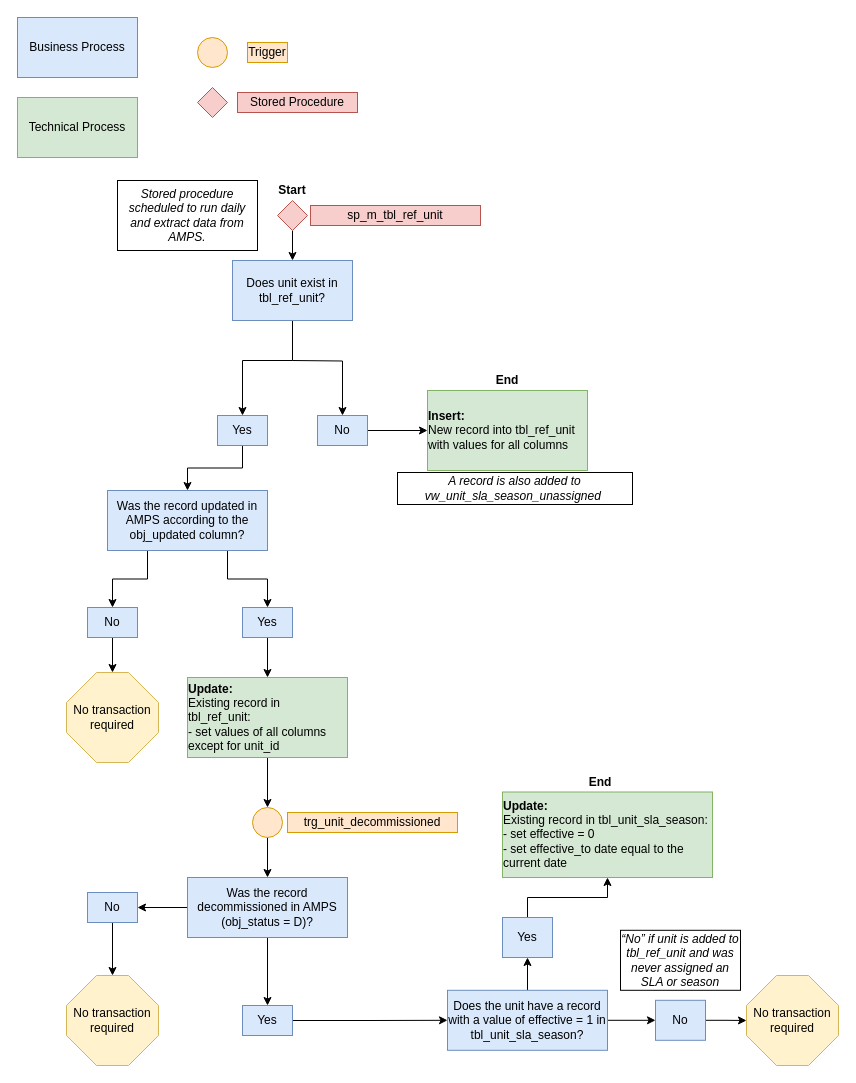
The draw.io diagram images/trg_unit_decommissioned.drawio in NYC-Parks/SLADB, before the edit. Source tidied: cells renumbered, new cells numbered last; positions are measured from the earlier drawing's top-left corner, leaving out a move shared by most shapes. Both pictures are drawn from the tidied source at 100%, with x=0, y=0 at pixel (17, 17).
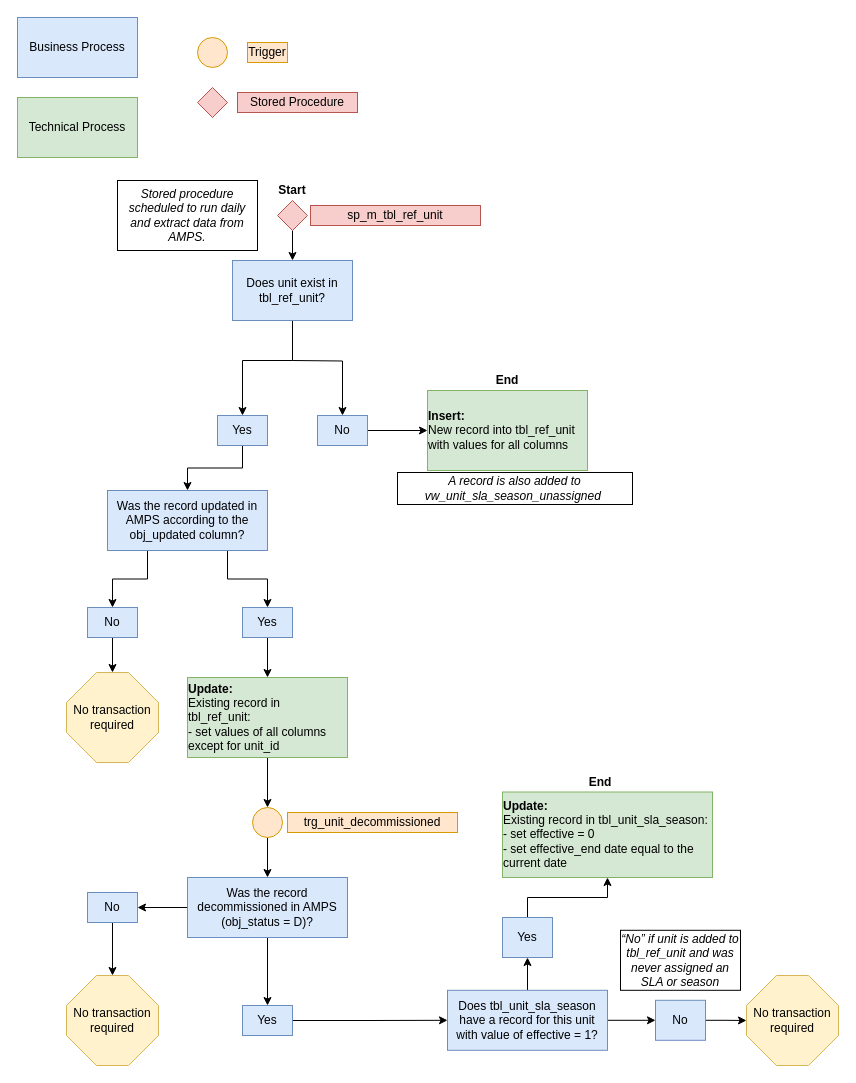
The same diagram, later.

The edit, as a diff of the source:
```diff
@@
-    <mxCell id="21" value="Does the unit have a record with a value of effective = 1 in tbl_unit_sla_season?" style="rounded=0;whiteSpace=wrap;html=1;fillColor=#dae8fc;strokeColor=#6c8ebf;" parent="1" vertex="1">
+    <mxCell id="21" value="Does tbl_unit_sla_season have a record for this unit with value of effective = 1?" style="rounded=0;whiteSpace=wrap;html=1;fillColor=#dae8fc;strokeColor=#6c8ebf;" parent="1" vertex="1">
       <mxGeometry x="430" y="972.8" width="160" height="60" as="geometry" />
     </mxCell>
@@
-    <mxCell id="27" value="&lt;div style=&quot;text-align: left&quot;&gt;&lt;b&gt;Update:&lt;/b&gt;&lt;/div&gt;&lt;div style=&quot;text-align: left&quot;&gt;Existing record in tbl_unit_sla_season:&lt;/div&gt;&lt;div style=&quot;text-align: left&quot;&gt;- set effective = 0&lt;/div&gt;&lt;div style=&quot;text-align: left&quot;&gt;- set effective_to date equal to the current date&lt;/div&gt;" style="rounded=0;whiteSpace=wrap;html=1;fillColor=#d5e8d4;strokeColor=#82b366;" parent="1" vertex="1">
+    <mxCell id="27" value="&lt;div style=&quot;text-align: left&quot;&gt;&lt;b&gt;Update:&lt;/b&gt;&lt;/div&gt;&lt;div style=&quot;text-align: left&quot;&gt;Existing record in tbl_unit_sla_season:&lt;/div&gt;&lt;div style=&quot;text-align: left&quot;&gt;- set effective = 0&lt;/div&gt;&lt;div style=&quot;text-align: left&quot;&gt;- set effective_end date equal to the current date&lt;/div&gt;" style="rounded=0;whiteSpace=wrap;html=1;fillColor=#d5e8d4;strokeColor=#82b366;" parent="1" vertex="1">
       <mxGeometry x="485" y="774.5" width="210" height="85.5" as="geometry" />
     </mxCell>
```
